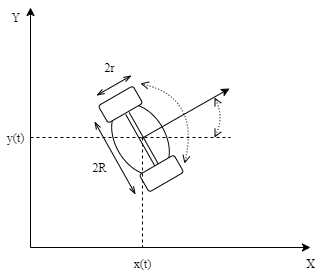
The draw.io diagram Untitled Diagram.png in Dia-You/001, before a commit. Source tidied: cells renumbered, new cells last; positions are measured from the earlier drawing's top-left corner, leaving out a move shared by most shapes.
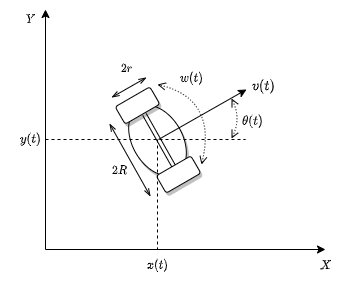
Later version of the same file.

The edit, as a diff of the source:
```diff
@@ -1,29 +1,29 @@
-<mxGraphModel>
+<mxGraphModel math="1">
   <root>
     <mxCell id="0" />
     <mxCell id="1" parent="0" />
     <mxCell id="2" style="endArrow=classic;html=1;" parent="1" edge="1">
       <mxGeometry relative="1" as="geometry">
-        <mxPoint x="30" y="240" as="sourcePoint" />
-        <mxPoint x="310" y="240" as="targetPoint" />
+        <mxPoint x="45" y="240" as="sourcePoint" />
+        <mxPoint x="325" y="240" as="targetPoint" />
       </mxGeometry>
     </mxCell>
     <mxCell id="3" style="endArrow=classic;html=1;" parent="1" edge="1">
       <mxGeometry relative="1" as="geometry">
-        <mxPoint x="30" y="240" as="sourcePoint" />
-        <mxPoint x="30" as="targetPoint" />
+        <mxPoint x="45" y="240" as="sourcePoint" />
+        <mxPoint x="45" as="targetPoint" />
       </mxGeometry>
     </mxCell>
     <mxCell id="4" style="group;rotation=60;" parent="1" vertex="1">
-      <mxGeometry x="124" y="50" width="100" height="126" as="geometry" />
+      <mxGeometry x="141" y="49" width="187" height="126" as="geometry" />
     </mxCell>
-    <mxCell id="5" style="ellipse;whiteSpace=wrap;html=1;rotation=60;" parent="4" vertex="1">
+    <mxCell id="5" style="ellipse;whiteSpace=wrap;html=1;rotation=60;shadow=1;" parent="4" vertex="1">
       <mxGeometry x="-22" y="57" width="76" height="50" as="geometry" />
     </mxCell>
-    <mxCell id="6" style="rounded=1;whiteSpace=wrap;html=1;rotation=-30;" parent="4" vertex="1">
+    <mxCell id="6" style="rounded=1;whiteSpace=wrap;html=1;rotation=-30;shadow=1;" parent="4" vertex="1">
       <mxGeometry x="17" y="106" width="40" height="20" as="geometry" />
     </mxCell>
-    <mxCell id="7" style="rounded=1;whiteSpace=wrap;html=1;rotation=-30;" parent="4" vertex="1">
+    <mxCell id="7" style="rounded=1;whiteSpace=wrap;html=1;rotation=-30;shadow=1;" parent="4" vertex="1">
       <mxGeometry x="-24" y="37" width="40" height="20" as="geometry" />
     </mxCell>
     <mxCell id="8" style="shape=link;html=1;entryX=0.5;entryY=0;entryDx=0;entryDy=0;" parent="4" edge="1" target="6">
@@ -55,56 +55,65 @@
         </Array>
       </mxGeometry>
     </mxCell>
+    <mxCell id="23" value="&lt;font face=&quot;Times New Roman&quot;&gt;$$w(t)$$&lt;/font&gt;" style="text;html=1;align=center;verticalAlign=middle;fillColor=none;strokeColor=none;rounded=0;" parent="4" vertex="1">
+      <mxGeometry x="20" y="10" width="60" height="20" as="geometry" />
+    </mxCell>
+    <mxCell id="24" value="&lt;font face=&quot;Times New Roman&quot;&gt;$$\theta (t)&amp;nbsp;&lt;br&gt;$$&lt;/font&gt;" style="text;html=1;align=center;verticalAlign=middle;fillColor=none;strokeColor=none;rounded=0;" parent="4" vertex="1">
+      <mxGeometry x="76" y="48" width="70" height="30" as="geometry" />
+    </mxCell>
+    <mxCell id="21" value="&lt;font face=&quot;Times New Roman&quot;&gt;$$2r&lt;br&gt;$$&lt;/font&gt;" style="text;html=1;align=center;verticalAlign=middle;fillColor=none;strokeColor=none;rounded=0;" parent="4" vertex="1">
+      <mxGeometry x="-35" y="-5" width="40" height="30" as="geometry" />
+    </mxCell>
+    <mxCell id="25" value="$$ v(t)$$&amp;nbsp;" style="text;html=1;align=center;verticalAlign=middle;fillColor=none;strokeColor=none;rounded=0;rotation=0;" parent="4" vertex="1">
+      <mxGeometry x="87" y="25" width="70" height="20" as="geometry" />
+    </mxCell>
     <mxCell id="12" style="endArrow=none;dashed=1;html=1;" parent="1" edge="1">
       <mxGeometry relative="1" as="geometry">
-        <mxPoint x="30" y="130" as="sourcePoint" />
-        <mxPoint x="230" y="130" as="targetPoint" />
+        <mxPoint x="45" y="130" as="sourcePoint" />
+        <mxPoint x="245" y="130" as="targetPoint" />
       </mxGeometry>
     </mxCell>
     <mxCell id="13" style="endArrow=none;dashed=1;html=1;" parent="1" edge="1">
       <mxGeometry relative="1" as="geometry">
-        <mxPoint x="142" y="130" as="sourcePoint" />
-        <mxPoint x="142" y="240" as="targetPoint" />
+        <mxPoint x="157" y="130" as="sourcePoint" />
+        <mxPoint x="157" y="240" as="targetPoint" />
       </mxGeometry>
     </mxCell>
     <mxCell id="14" style="endArrow=openThin;startArrow=openThin;html=1;startFill=0;endFill=0;" parent="1" edge="1">
       <mxGeometry relative="1" as="geometry">
-        <mxPoint x="96" y="88" as="sourcePoint" />
-        <mxPoint x="131" y="68" as="targetPoint" />
+        <mxPoint x="111" y="88" as="sourcePoint" />
+        <mxPoint x="146" y="68" as="targetPoint" />
       </mxGeometry>
     </mxCell>
     <mxCell id="15" style="endArrow=openThin;startArrow=openThin;html=1;startFill=0;endFill=0;" parent="1" edge="1">
       <mxGeometry relative="1" as="geometry">
-        <mxPoint x="135" y="187" as="sourcePoint" />
-        <mxPoint x="94" y="114" as="targetPoint" />
+        <mxPoint x="150" y="187" as="sourcePoint" />
+        <mxPoint x="109" y="114" as="targetPoint" />
       </mxGeometry>
     </mxCell>
     <mxCell id="16" style="endArrow=open;dashed=1;html=1;dashPattern=1 2;startArrow=open;startFill=0;endFill=0;strokeColor=none;curved=1;" parent="1" edge="1">
       <mxGeometry relative="1" as="geometry">
-        <mxPoint x="283" y="40" as="sourcePoint" />
-        <mxPoint x="273" as="targetPoint" />
+        <mxPoint x="298" y="40" as="sourcePoint" />
+        <mxPoint x="288" as="targetPoint" />
         <Array as="points">
-          <mxPoint x="290" y="10" />
+          <mxPoint x="305" y="10" />
         </Array>
       </mxGeometry>
     </mxCell>
-    <mxCell id="17" value="&lt;font face=&quot;Times New Roman&quot;&gt;x(t)&lt;/font&gt;" style="text;html=1;align=center;verticalAlign=middle;fillColor=none;strokeColor=none;rounded=0;" parent="1" vertex="1">
-      <mxGeometry x="127" y="246" width="30" height="20" as="geometry" />
+    <mxCell id="17" value="&lt;font face=&quot;Times New Roman&quot;&gt;$$x(t)$$&lt;/font&gt;" style="text;html=1;align=center;verticalAlign=middle;fillColor=none;strokeColor=none;rounded=0;" parent="1" vertex="1">
+      <mxGeometry x="127" y="246" width="60" height="20" as="geometry" />
     </mxCell>
-    <mxCell id="18" value="&lt;font face=&quot;Times New Roman&quot;&gt;y(t)&lt;/font&gt;" style="text;html=1;align=center;verticalAlign=middle;fillColor=none;strokeColor=none;rounded=0;" parent="1" vertex="1">
-      <mxGeometry y="120" width="30" height="20" as="geometry" />
+    <mxCell id="18" value="&lt;font face=&quot;Times New Roman&quot;&gt;$$y(t)$$&lt;/font&gt;" style="text;html=1;align=center;verticalAlign=middle;fillColor=none;strokeColor=none;rounded=0;" parent="1" vertex="1">
+      <mxGeometry y="120" width="60" height="20" as="geometry" />
     </mxCell>
-    <mxCell id="19" value="&lt;font face=&quot;Times New Roman&quot;&gt;X&lt;/font&gt;" style="text;html=1;align=center;verticalAlign=middle;fillColor=none;strokeColor=none;rounded=0;" parent="1" vertex="1">
-      <mxGeometry x="300" y="246" width="20" height="20" as="geometry" />
+    <mxCell id="19" value="&lt;font face=&quot;Times New Roman&quot;&gt;$$X$$&lt;/font&gt;" style="text;html=1;align=center;verticalAlign=middle;fillColor=none;strokeColor=none;rounded=0;" parent="1" vertex="1">
+      <mxGeometry x="300" y="246" width="50" height="20" as="geometry" />
     </mxCell>
-    <mxCell id="20" value="&lt;font face=&quot;Times New Roman&quot;&gt;Y&lt;/font&gt;" style="text;html=1;align=center;verticalAlign=middle;fillColor=none;strokeColor=none;rounded=0;" parent="1" vertex="1">
-      <mxGeometry x="5" width="20" height="20" as="geometry" />
+    <mxCell id="20" value="&lt;font face=&quot;Times New Roman&quot;&gt;$$Y$$&lt;/font&gt;" style="text;html=1;align=center;verticalAlign=middle;fillColor=none;strokeColor=none;rounded=0;" parent="1" vertex="1">
+      <mxGeometry x="5" width="50" height="20" as="geometry" />
     </mxCell>
-    <mxCell id="21" value="&lt;font face=&quot;Times New Roman&quot;&gt;2R&lt;/font&gt;" style="text;html=1;align=center;verticalAlign=middle;fillColor=none;strokeColor=none;rounded=0;" parent="1" vertex="1">
-      <mxGeometry x="84" y="150" width="30" height="20" as="geometry" />
-    </mxCell>
-    <mxCell id="22" value="&lt;font face=&quot;Times New Roman&quot;&gt;2r&lt;/font&gt;" style="text;html=1;align=center;verticalAlign=middle;fillColor=none;strokeColor=none;rounded=0;" parent="1" vertex="1">
-      <mxGeometry x="94" y="50" width="30" height="20" as="geometry" />
+    <mxCell id="22" value="&lt;font face=&quot;Times New Roman&quot;&gt;$$2R&lt;br&gt;$$&lt;/font&gt;" style="text;html=1;align=center;verticalAlign=middle;fillColor=none;strokeColor=none;rounded=0;" parent="1" vertex="1">
+      <mxGeometry x="99" y="146" width="40" height="30" as="geometry" />
     </mxCell>
   </root>
 </mxGraphModel>
```
